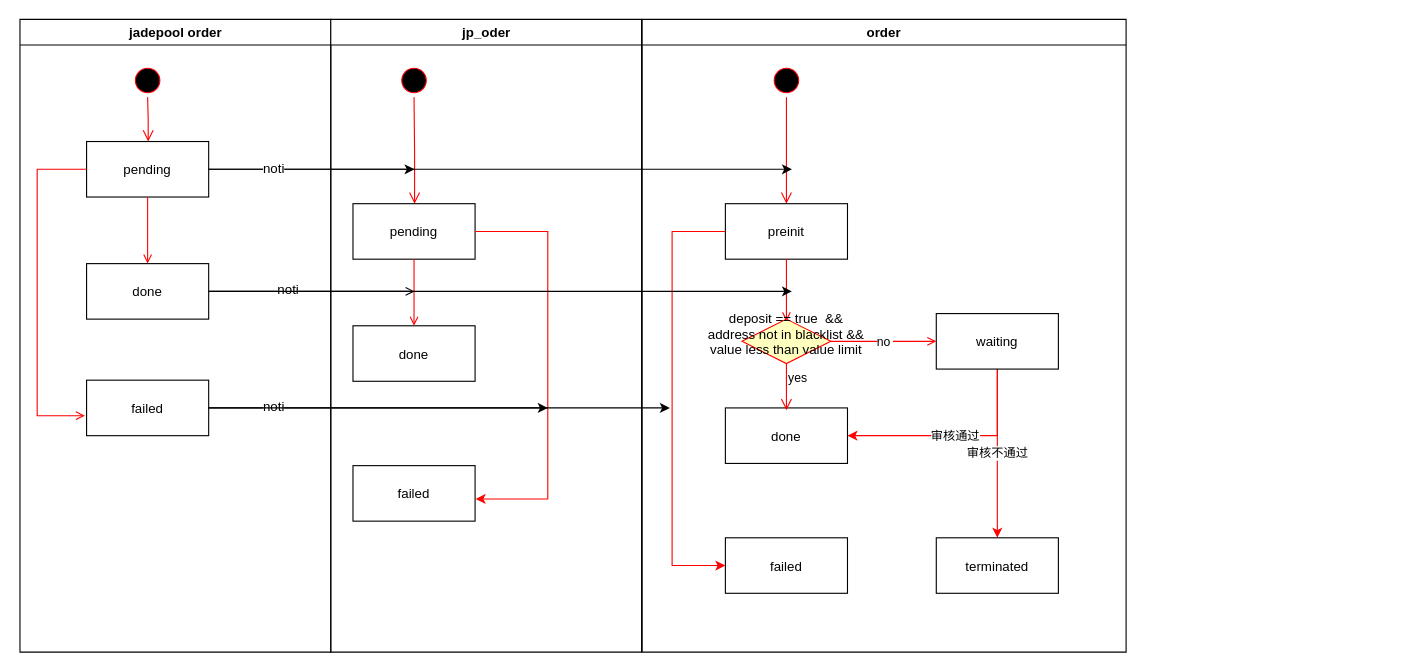
This is page "deposit state machine" (1 of 2) of withdraw status machine.drawio from keyrole/graph, a draw.io file, before an edit. Source tidied: cells renumbered, new cells numbered last; positions are measured from the earlier drawing's top-left corner, leaving out a move shared by most shapes. Both pictures are drawn from the tidied source at 111%, with x=0, y=0 at pixel (19, 19).
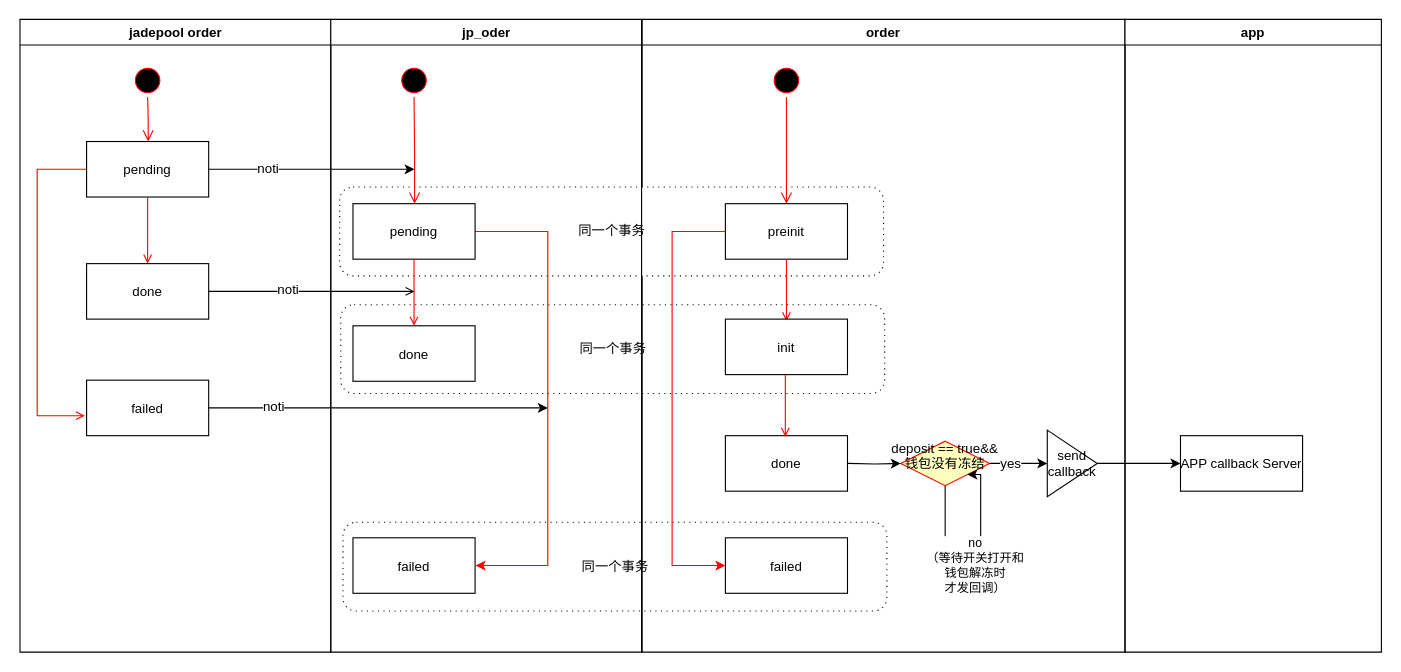
The same diagram, later.

The change refers to these unchanged cells:
```xml
<mxCell id="5" value="pending" parent="2" vertex="1">
  <mxGeometry x="60" y="110" width="110" height="50" as="geometry" />
</mxCell>
<mxCell id="8" value="failed" parent="2" vertex="1">
  <mxGeometry x="60" y="325" width="110" height="50" as="geometry" />
</mxCell>
<mxCell id="10" value="jp_oder" style="swimlane;whiteSpace=wrap;" parent="1" vertex="1">
  <mxGeometry x="280.5" width="280" height="570" as="geometry" />
</mxCell>
<mxCell id="13" value="pending" parent="10" vertex="1">
  <mxGeometry x="20" y="166" width="110" height="50" as="geometry" />
</mxCell>
```

Diff of the diagram source:
```diff
@@
+    <mxCell id="42" value="同一个事务" style="shape=ext;rounded=1;html=1;whiteSpace=wrap;dashed=1;dashPattern=1 4;" parent="1" vertex="1">
+      <mxGeometry x="291.5" y="453" width="490" height="80" as="geometry" />
+    </mxCell>
+    <mxCell id="43" value="同一个事务" style="shape=ext;rounded=1;html=1;whiteSpace=wrap;dashed=1;dashPattern=1 4;" parent="1" vertex="1">
+      <mxGeometry x="289.5" y="257" width="490" height="80" as="geometry" />
+    </mxCell>
@@
+    <mxCell id="17" value="order" style="swimlane;whiteSpace=wrap;" parent="1" vertex="1">
+      <mxGeometry x="561" width="435" height="570" as="geometry" />
+    </mxCell>
+    <mxCell id="44" value="同一个事务" style="shape=ext;rounded=1;html=1;whiteSpace=wrap;dashed=1;dashPattern=1 4;" parent="17" vertex="1">
+      <mxGeometry x="-272.5" y="151" width="490" height="80" as="geometry" />
+    </mxCell>
+    <mxCell id="18" style="ellipse;shape=startState;fillColor=#000000;strokeColor=#ff0000;" parent="17" vertex="1">
+      <mxGeometry x="115" y="40" width="30" height="30" as="geometry" />
+    </mxCell>
+    <mxCell id="19" style="edgeStyle=elbowEdgeStyle;elbow=horizontal;verticalAlign=bottom;endArrow=open;endSize=8;strokeColor=#FF0000;endFill=1;rounded=0;" parent="17" edge="1" source="18" target="20">
+      <mxGeometry x="-349.5" y="-108" as="geometry" />
+    </mxCell>
+    <mxCell id="20" value="preinit" parent="17" vertex="1">
+      <mxGeometry x="75" y="166" width="110" height="50" as="geometry" />
+    </mxCell>
+    <mxCell id="21" value="done" parent="17" vertex="1">
+      <mxGeometry x="75" y="375" width="110" height="50" as="geometry" />
+    </mxCell>
+    <mxCell id="45" style="endArrow=open;strokeColor=#FF0000;endFill=1;rounded=0;" parent="17" edge="1" source="20">
+      <mxGeometry relative="1" as="geometry">
+        <mxPoint x="130" y="272" as="targetPoint" />
+      </mxGeometry>
+    </mxCell>
+    <mxCell id="23" value="failed" parent="17" vertex="1">
+      <mxGeometry x="75" y="467" width="110" height="50" as="geometry" />
+    </mxCell>
+    <mxCell id="24" style="edgeStyle=orthogonalEdgeStyle;rounded=0;jettySize=auto;html=1;exitX=0;exitY=0.5;exitDx=0;exitDy=0;strokeColor=#FF0000;entryX=0;entryY=0.5;entryDx=0;entryDy=0;" parent="17" edge="1" source="20" target="23">
+      <mxGeometry relative="1" as="geometry">
+        <Array as="points">
+          <mxPoint x="27" y="191" />
+          <mxPoint x="27" y="492" />
+        </Array>
+      </mxGeometry>
+    </mxCell>
+    <mxCell id="46" value="deposit == true&amp;&amp;&#10;钱包没有冻结&#10;" style="rhombus;fillColor=#ffffc0;strokeColor=#ff0000;" parent="17" vertex="1">
+      <mxGeometry x="233" y="380" width="80" height="40" as="geometry" />
+    </mxCell>
+    <mxCell id="47" style="edgeStyle=orthogonalEdgeStyle;rounded=0;jettySize=auto;html=1;exitX=1;exitY=0.5;exitDx=0;exitDy=0;entryX=0;entryY=0.5;entryDx=0;entryDy=0;strokeColor=#000000;fillColor=#000000;" parent="17" edge="1" target="46">
+      <mxGeometry relative="1" as="geometry">
+        <mxPoint x="185" y="400" as="sourcePoint" />
+      </mxGeometry>
+    </mxCell>
+    <mxCell id="48" value="init" parent="17" vertex="1">
+      <mxGeometry x="75" y="270" width="110" height="50" as="geometry" />
+    </mxCell>
+    <mxCell id="49" style="endArrow=open;strokeColor=#FF0000;endFill=1;rounded=0;" parent="17" edge="1">
+      <mxGeometry relative="1" as="geometry">
+        <mxPoint x="129" y="320" as="sourcePoint" />
+        <mxPoint x="129" y="376" as="targetPoint" />
+      </mxGeometry>
+    </mxCell>
+    <mxCell id="50" value="send callback" style="triangle;whiteSpace=wrap;html=1;" parent="17" vertex="1">
+      <mxGeometry x="365" y="370" width="45" height="60" as="geometry" />
+    </mxCell>
+    <mxCell id="51" value="no&lt;br&gt;（等待开关打开和&lt;br&gt;钱包解冻时&lt;br&gt;才发回调）" style="edgeStyle=orthogonalEdgeStyle;rounded=0;orthogonalLoop=1;jettySize=auto;html=1;exitX=0.5;exitY=1;exitDx=0;exitDy=0;strokeColor=#000000;fillColor=#000000;entryX=1;entryY=1;entryDx=0;entryDy=0;" parent="17" edge="1" source="46" target="46">
+      <mxGeometry relative="1" as="geometry">
+        <Array as="points">
+          <mxPoint x="273" y="492" />
+          <mxPoint x="305" y="492" />
+          <mxPoint x="305" y="410" />
+        </Array>
+      </mxGeometry>
+    </mxCell>
+    <mxCell id="52" style="endArrow=open;strokeColor=#000000;endFill=1;rounded=0;fillColor=#000000;" parent="1" edge="1">
+      <mxGeometry relative="1" as="geometry">
+        <mxPoint x="170.5" y="245" as="sourcePoint" />
+        <mxPoint x="356" y="245" as="targetPoint" />
+        <Array as="points">
+          <mxPoint x="226" y="245" />
+        </Array>
+      </mxGeometry>
+    </mxCell>
+    <mxCell id="53" value="noti" style="text;html=1;align=center;verticalAlign=middle;labelBackgroundColor=#ffffff;" parent="52" vertex="1">
+      <mxGeometry x="-0.24" y="2" relative="1" as="geometry">
+        <mxPoint x="1" as="offset" />
+      </mxGeometry>
+    </mxCell>
+    <mxCell id="54" style="edgeStyle=orthogonalEdgeStyle;rounded=0;jettySize=auto;html=1;exitX=1;exitY=0.5;exitDx=0;exitDy=0;" parent="1" edge="1" source="5">
+      <mxGeometry relative="1" as="geometry">
+        <mxPoint x="356" y="135" as="targetPoint" />
+      </mxGeometry>
+    </mxCell>
+    <mxCell id="55" value="noti" style="text;html=1;align=center;verticalAlign=middle;labelBackgroundColor=#ffffff;" parent="54" vertex="1">
+      <mxGeometry x="-0.43" y="1" relative="1" as="geometry" />
+    </mxCell>
+    <mxCell id="56" style="edgeStyle=orthogonalEdgeStyle;rounded=0;jettySize=auto;html=1;exitX=1;exitY=0.5;exitDx=0;exitDy=0;strokeColor=#FF0000;" parent="1" edge="1" source="13">
+      <mxGeometry relative="1" as="geometry">
+        <mxPoint x="411" y="492" as="targetPoint" />
+        <Array as="points">
+          <mxPoint x="476" y="191" />
+          <mxPoint x="476" y="492" />
+        </Array>
+      </mxGeometry>
+    </mxCell>
+    <mxCell id="57" style="edgeStyle=orthogonalEdgeStyle;rounded=0;jettySize=auto;html=1;exitX=1;exitY=0.5;exitDx=0;exitDy=0;fillColor=#000000;" parent="1" edge="1" source="8">
+      <mxGeometry relative="1" as="geometry">
+        <mxPoint x="476" y="350" as="targetPoint" />
+      </mxGeometry>
+    </mxCell>
+    <mxCell id="58" value="noti" style="text;html=1;align=center;verticalAlign=middle;labelBackgroundColor=#ffffff;" parent="57" vertex="1">
+      <mxGeometry x="-0.62" y="2" relative="1" as="geometry" />
+    </mxCell>
+    <mxCell id="59" value="app" style="swimlane;whiteSpace=wrap;" parent="1" vertex="1">
+      <mxGeometry x="996" width="231" height="570" as="geometry" />
+    </mxCell>
+    <mxCell id="60" value="APP callback Server" parent="59" vertex="1">
+      <mxGeometry x="50" y="375" width="110" height="50" as="geometry" />
+    </mxCell>
+    <mxCell id="61" style="edgeStyle=orthogonalEdgeStyle;rounded=0;jettySize=auto;html=1;exitX=1;exitY=0.5;exitDx=0;exitDy=0;strokeColor=#000000;fillColor=#000000;" parent="1" edge="1" source="46">
+      <mxGeometry relative="1" as="geometry">
+        <mxPoint x="926" y="400" as="targetPoint" />
+      </mxGeometry>
+    </mxCell>
+    <mxCell id="26" value="yes&lt;br&gt;" style="text;html=1;align=center;verticalAlign=middle;labelBackgroundColor=#ffffff;" parent="61" vertex="1">
+      <mxGeometry x="-0.32" relative="1" as="geometry" />
+    </mxCell>
+    <mxCell id="62" style="edgeStyle=orthogonalEdgeStyle;rounded=0;jettySize=auto;html=1;exitX=1;exitY=0.5;exitDx=0;exitDy=0;strokeColor=#000000;fillColor=#000000;" parent="1" edge="1" source="50">
+      <mxGeometry relative="1" as="geometry">
+        <mxPoint x="1046" y="400" as="targetPoint" />
+      </mxGeometry>
+    </mxCell>
@@
     <mxCell id="16" value="failed" parent="10" vertex="1">
-      <mxGeometry x="20" y="402" width="110" height="50" as="geometry" />
+      <mxGeometry x="20" y="467" width="110" height="50" as="geometry" />
     </mxCell>
-    <mxCell id="17" value="order" style="swimlane;whiteSpace=wrap;" parent="1" vertex="1">
-      <mxGeometry x="561" width="436" height="570" as="geometry" />
-    </mxCell>
-    <mxCell id="18" style="ellipse;shape=startState;fillColor=#000000;strokeColor=#ff0000;" parent="17" vertex="1">
-      <mxGeometry x="115" y="40" width="30" height="30" as="geometry" />
-    </mxCell>
-    <mxCell id="19" style="edgeStyle=elbowEdgeStyle;elbow=horizontal;verticalAlign=bottom;endArrow=open;endSize=8;strokeColor=#FF0000;endFill=1;rounded=0;" parent="17" edge="1" source="18" target="20">
-      <mxGeometry x="-349.5" y="-108" as="geometry" />
-    </mxCell>
-    <mxCell id="20" value="preinit" parent="17" vertex="1">
-      <mxGeometry x="75" y="166" width="110" height="50" as="geometry" />
-    </mxCell>
-    <mxCell id="21" value="done" parent="17" vertex="1">
-      <mxGeometry x="75" y="350" width="110" height="50" as="geometry" />
-    </mxCell>
-    <mxCell id="22" style="endArrow=open;strokeColor=#FF0000;endFill=1;rounded=0;" parent="17" edge="1" source="20">
-      <mxGeometry relative="1" as="geometry">
-        <mxPoint x="130" y="272" as="targetPoint" />
-      </mxGeometry>
-    </mxCell>
-    <mxCell id="23" value="failed" parent="17" vertex="1">
-      <mxGeometry x="75" y="467" width="110" height="50" as="geometry" />
-    </mxCell>
-    <mxCell id="24" style="edgeStyle=orthogonalEdgeStyle;rounded=0;jettySize=auto;html=1;exitX=0;exitY=0.5;exitDx=0;exitDy=0;strokeColor=#FF0000;entryX=0;entryY=0.5;entryDx=0;entryDy=0;" parent="17" edge="1" source="20" target="23">
-      <mxGeometry relative="1" as="geometry">
-        <Array as="points">
-          <mxPoint x="27" y="191" />
-          <mxPoint x="27" y="492" />
-        </Array>
-      </mxGeometry>
-    </mxCell>
-    <mxCell id="25" value="deposit == true  &amp;&amp;&#10;address not in blacklist &amp;&amp;&#10;value less than value limit&#10;" style="rhombus;fillColor=#ffffc0;strokeColor=#ff0000;" parent="17" vertex="1">
-      <mxGeometry x="90" y="270" width="80" height="40" as="geometry" />
-    </mxCell>
-    <mxCell id="26" value="yes" style="edgeStyle=elbowEdgeStyle;elbow=vertical;align=left;verticalAlign=top;endArrow=open;endSize=8;strokeColor=#FF0000;endFill=1;rounded=0;" parent="17" edge="1" source="25">
-      <mxGeometry x="-1" relative="1" as="geometry">
-        <mxPoint x="130" y="352" as="targetPoint" />
-      </mxGeometry>
-    </mxCell>
-    <mxCell id="27" value="审核不通过" style="edgeStyle=orthogonalEdgeStyle;rounded=0;jettySize=auto;html=1;exitX=0.5;exitY=1;exitDx=0;exitDy=0;entryX=0.5;entryY=0;entryDx=0;entryDy=0;strokeColor=#FF0000;fillColor=#000000;" parent="17" edge="1" source="29" target="31">
-      <mxGeometry relative="1" as="geometry" />
-    </mxCell>
-    <mxCell id="28" value="审核通过" style="edgeStyle=orthogonalEdgeStyle;rounded=0;jettySize=auto;html=1;exitX=0.5;exitY=1;exitDx=0;exitDy=0;entryX=1;entryY=0.5;entryDx=0;entryDy=0;strokeColor=#FF0000;fillColor=#000000;" parent="17" edge="1" source="29" target="21">
-      <mxGeometry relative="1" as="geometry" />
-    </mxCell>
-    <mxCell id="29" value="waiting" parent="17" vertex="1">
-      <mxGeometry x="265" y="265" width="110" height="50" as="geometry" />
-    </mxCell>
-    <mxCell id="30" value="no" style="edgeStyle=none;strokeColor=#FF0000;endArrow=open;endFill=1;rounded=0;" parent="17" edge="1">
-      <mxGeometry relative="1" as="geometry">
-        <mxPoint x="170" y="290" as="sourcePoint" />
-        <mxPoint x="265" y="290" as="targetPoint" />
-      </mxGeometry>
-    </mxCell>
-    <mxCell id="31" value="terminated" parent="17" vertex="1">
-      <mxGeometry x="265" y="467" width="110" height="50" as="geometry" />
-    </mxCell>
-    <mxCell id="32" style="endArrow=open;strokeColor=#000000;endFill=1;rounded=0;fillColor=#000000;" parent="1" edge="1">
-      <mxGeometry relative="1" as="geometry">
-        <mxPoint x="170.5" y="245" as="sourcePoint" />
-        <mxPoint x="356" y="245" as="targetPoint" />
-        <Array as="points">
-          <mxPoint x="226" y="245" />
-        </Array>
-      </mxGeometry>
-    </mxCell>
-    <mxCell id="33" value="noti" style="text;html=1;align=center;verticalAlign=middle;labelBackgroundColor=#ffffff;" parent="32" vertex="1">
-      <mxGeometry x="-0.24" y="2" relative="1" as="geometry">
-        <mxPoint x="1" as="offset" />
-      </mxGeometry>
-    </mxCell>
-    <mxCell id="34" style="edgeStyle=orthogonalEdgeStyle;rounded=0;jettySize=auto;html=1;exitX=1;exitY=0.5;exitDx=0;exitDy=0;" parent="1" edge="1" source="5">
-      <mxGeometry relative="1" as="geometry">
-        <mxPoint x="356" y="135" as="targetPoint" />
-      </mxGeometry>
-    </mxCell>
-    <mxCell id="35" style="edgeStyle=orthogonalEdgeStyle;rounded=0;jettySize=auto;html=1;exitX=1;exitY=0.5;exitDx=0;exitDy=0;" parent="1" edge="1" source="5">
-      <mxGeometry relative="1" as="geometry">
-        <mxPoint x="696" y="135" as="targetPoint" />
-      </mxGeometry>
-    </mxCell>
-    <mxCell id="36" value="noti" style="text;html=1;align=center;verticalAlign=middle;labelBackgroundColor=#ffffff;" parent="35" vertex="1">
-      <mxGeometry x="-0.78" y="1" relative="1" as="geometry" />
-    </mxCell>
-    <mxCell id="37" style="edgeStyle=orthogonalEdgeStyle;rounded=0;jettySize=auto;html=1;exitX=1;exitY=0.5;exitDx=0;exitDy=0;strokeColor=#FF0000;" parent="1" edge="1" source="13">
-      <mxGeometry relative="1" as="geometry">
-        <mxPoint x="411" y="432" as="targetPoint" />
-        <Array as="points">
-          <mxPoint x="476" y="191" />
-          <mxPoint x="476" y="432" />
-        </Array>
-      </mxGeometry>
-    </mxCell>
-    <mxCell id="38" style="edgeStyle=orthogonalEdgeStyle;rounded=0;jettySize=auto;html=1;exitX=1;exitY=0.5;exitDx=0;exitDy=0;fillColor=#000000;" parent="1" edge="1" source="8">
-      <mxGeometry relative="1" as="geometry">
-        <mxPoint x="476" y="350" as="targetPoint" />
-      </mxGeometry>
-    </mxCell>
-    <mxCell id="39" value="noti" style="text;html=1;align=center;verticalAlign=middle;labelBackgroundColor=#ffffff;" parent="38" vertex="1">
-      <mxGeometry x="-0.62" y="2" relative="1" as="geometry" />
-    </mxCell>
-    <mxCell id="40" style="edgeStyle=orthogonalEdgeStyle;rounded=0;orthogonalLoop=1;jettySize=auto;html=1;exitX=1;exitY=0.5;exitDx=0;exitDy=0;fillColor=#000000;" parent="1" edge="1">
-      <mxGeometry relative="1" as="geometry">
-        <mxPoint x="171" y="245" as="sourcePoint" />
-        <mxPoint x="696" y="245" as="targetPoint" />
-      </mxGeometry>
-    </mxCell>
-    <mxCell id="41" style="edgeStyle=orthogonalEdgeStyle;rounded=0;jettySize=auto;html=1;exitX=1;exitY=0.5;exitDx=0;exitDy=0;fillColor=#000000;" parent="1" edge="1" source="8">
-      <mxGeometry relative="1" as="geometry">
-        <mxPoint x="586" y="350" as="targetPoint" />
-      </mxGeometry>
-    </mxCell>
```
